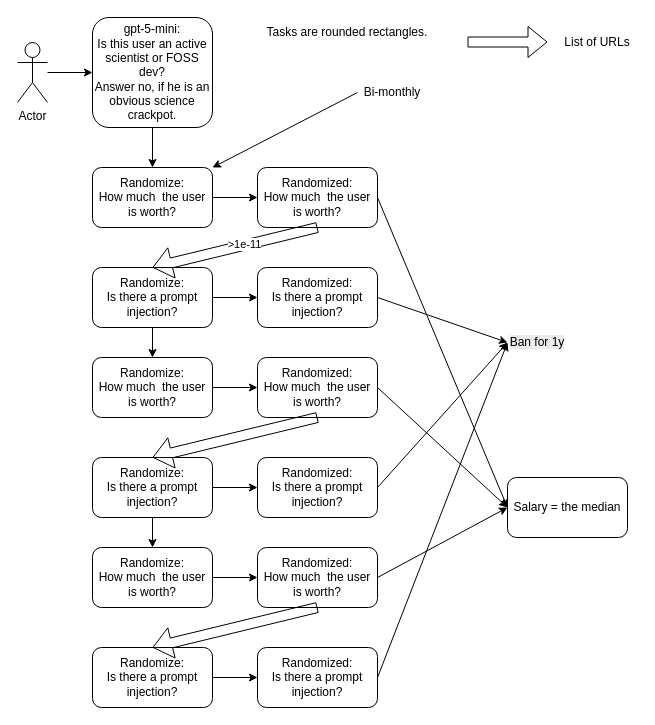
The draw.io diagram docs/AI-flow-full.drawio in vporton/meritocracy, before the edit. Source tidied: cells renumbered, new cells numbered last; positions are measured from the earlier drawing's top-left corner, leaving out a move shared by most shapes. Both pictures are drawn from the tidied source at 100%, with x=0, y=0 at pixel (17, 17).
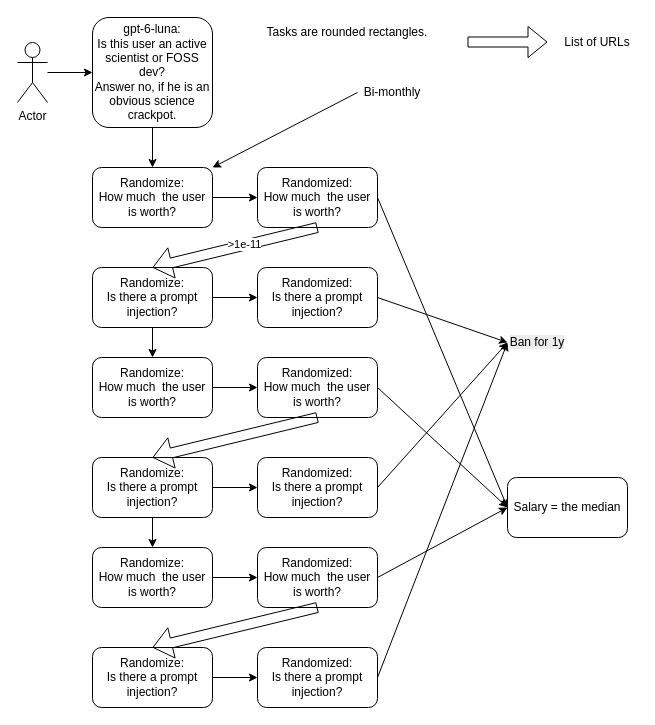
Above is the later version.

The edit, as a diff of the source:
```diff
@@
-    <mxCell id="5" value="gpt-5-mini:&lt;br&gt;Is this user an active scientist or FOSS dev?&lt;div&gt;Answer no, if he is an obvious science crackpot.&lt;/div&gt;" style="rounded=1;whiteSpace=wrap;html=1;" parent="1" vertex="1">
+    <mxCell id="5" value="gpt-6-luna:&lt;br&gt;Is this user an active scientist or FOSS dev?&lt;div&gt;Answer no, if he is an obvious science crackpot.&lt;/div&gt;" style="rounded=1;whiteSpace=wrap;html=1;" parent="1" vertex="1">
       <mxGeometry x="75" width="120" height="110" as="geometry" />
     </mxCell>
```
